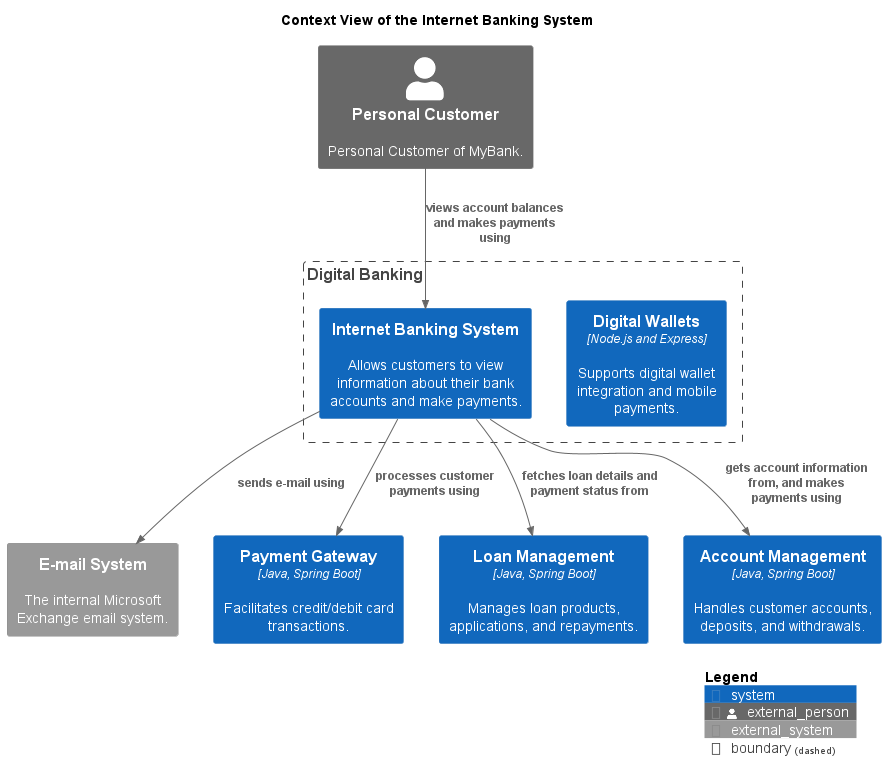
This is docs/mybank/digital-banking/internet-banking-system/context-view.png from soulspace-org/my-bank-model, a PlantUML export, as it was before one commit.
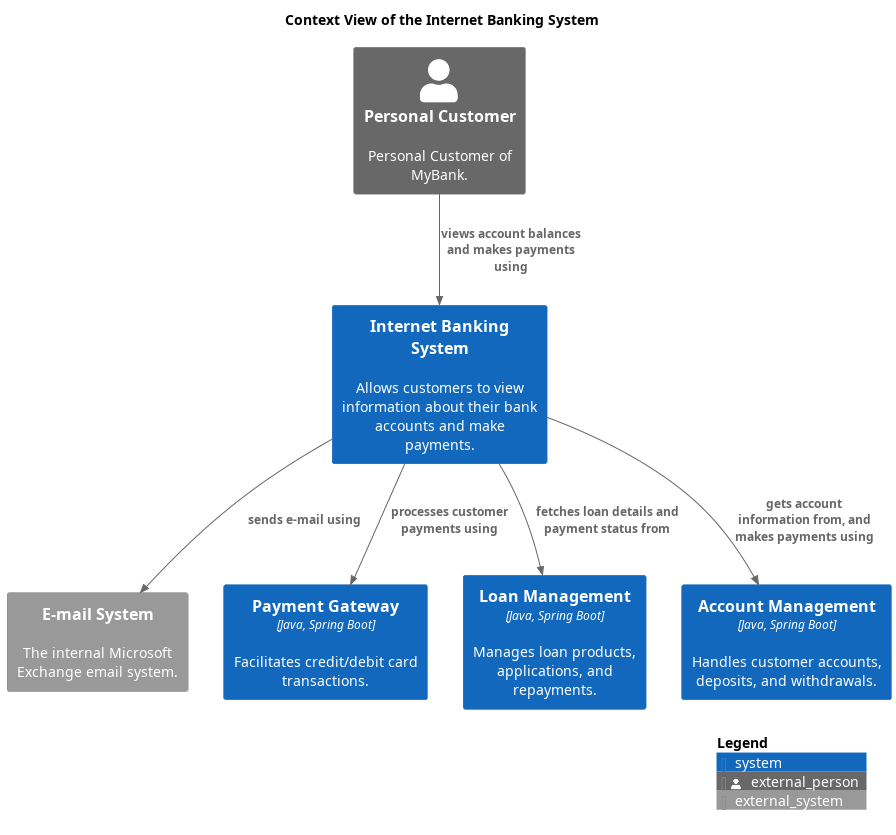
The same diagram one commit later.

What changed in the source:
```diff
@@ -14,10 +14,7 @@
 
 title Context View of the Internet Banking System
 System_Ext(mybank_emailSystem, "E-mail System", $descr="The internal Microsoft Exchange email system.")
-Boundary(mybank_digitalBanking_contextBoundary, "Digital Banking") {
-  System(mybank_digitalBanking_digitalWalletsSystem, "Digital Wallets", $descr="Supports digital wallet integration and mobile payments.", $type="Node.js and Express")
-  System(mybank_digitalBanking_internetBankingSystem_internetBankingSystem, "Internet Banking System", $descr="Allows customers to view information about their bank accounts and make payments.")
-}
+System(mybank_digitalBanking_internetBankingSystem_internetBankingSystem, "Internet Banking System", $descr="Allows customers to view information about their bank accounts and make payments.")
 Person_Ext(mybank_personalCustomer, "Personal Customer", $descr="Personal Customer of MyBank.")
 System(mybank_payment_paymentGatewaySystem, "Payment Gateway", $descr="Facilitates credit/debit card transactions.", $type="Java, Spring Boot")
 System(mybank_coreBanking_loanManagementSystem, "Loan Management", $descr="Manages loan products, applications, and repayments.", $type="Java, Spring Boot")
```
